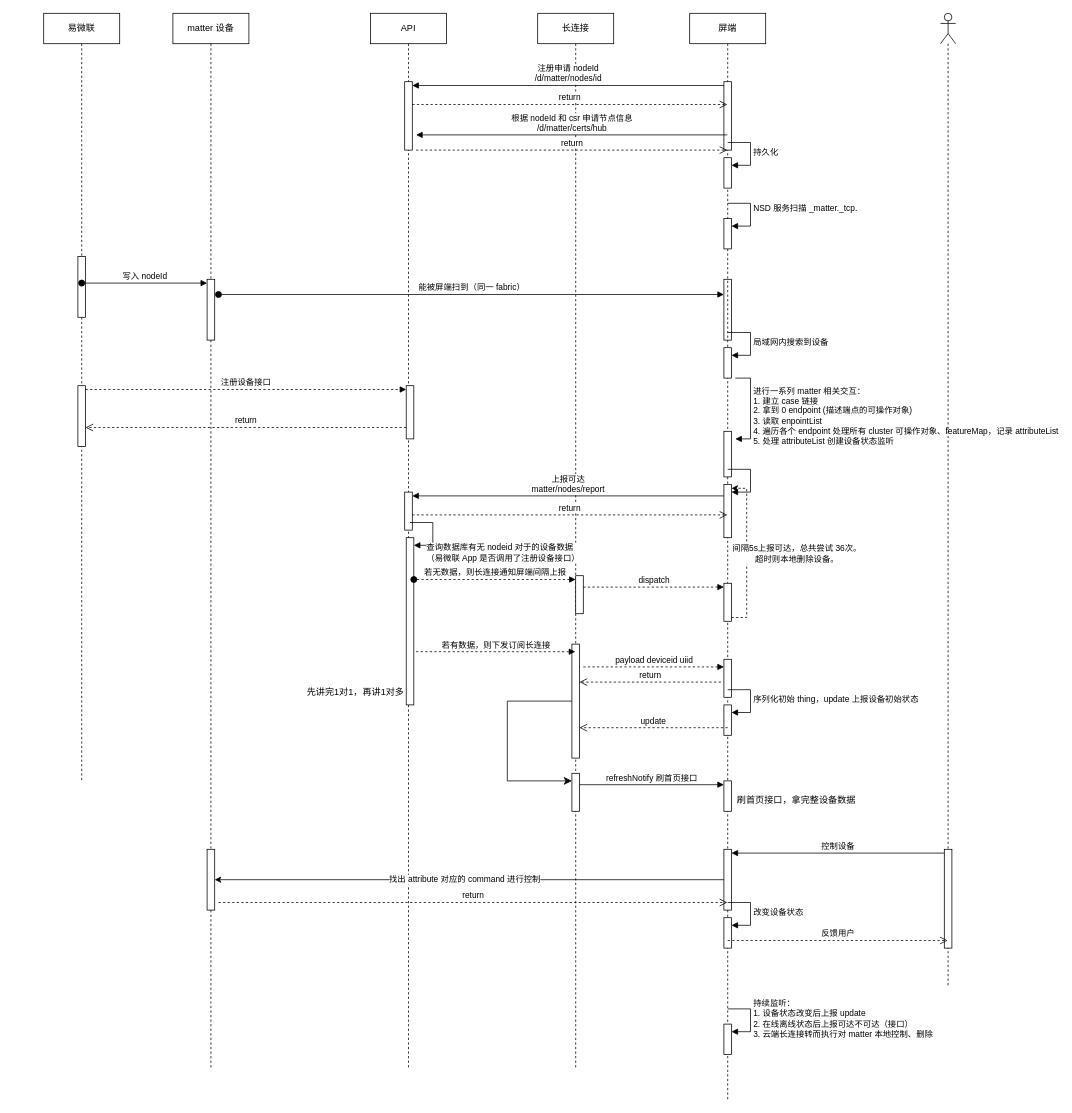
Above: Matter hub 接入方案.drawio in FE-Sadhu/diagram (draw.io), before the change. Source tidied: cells renumbered, new cells numbered last; positions are measured from the earlier drawing's top-left corner, leaving out a move shared by most shapes. Both pictures are drawn from the tidied source at 76%, with x=0, y=0 at pixel (43, 13).
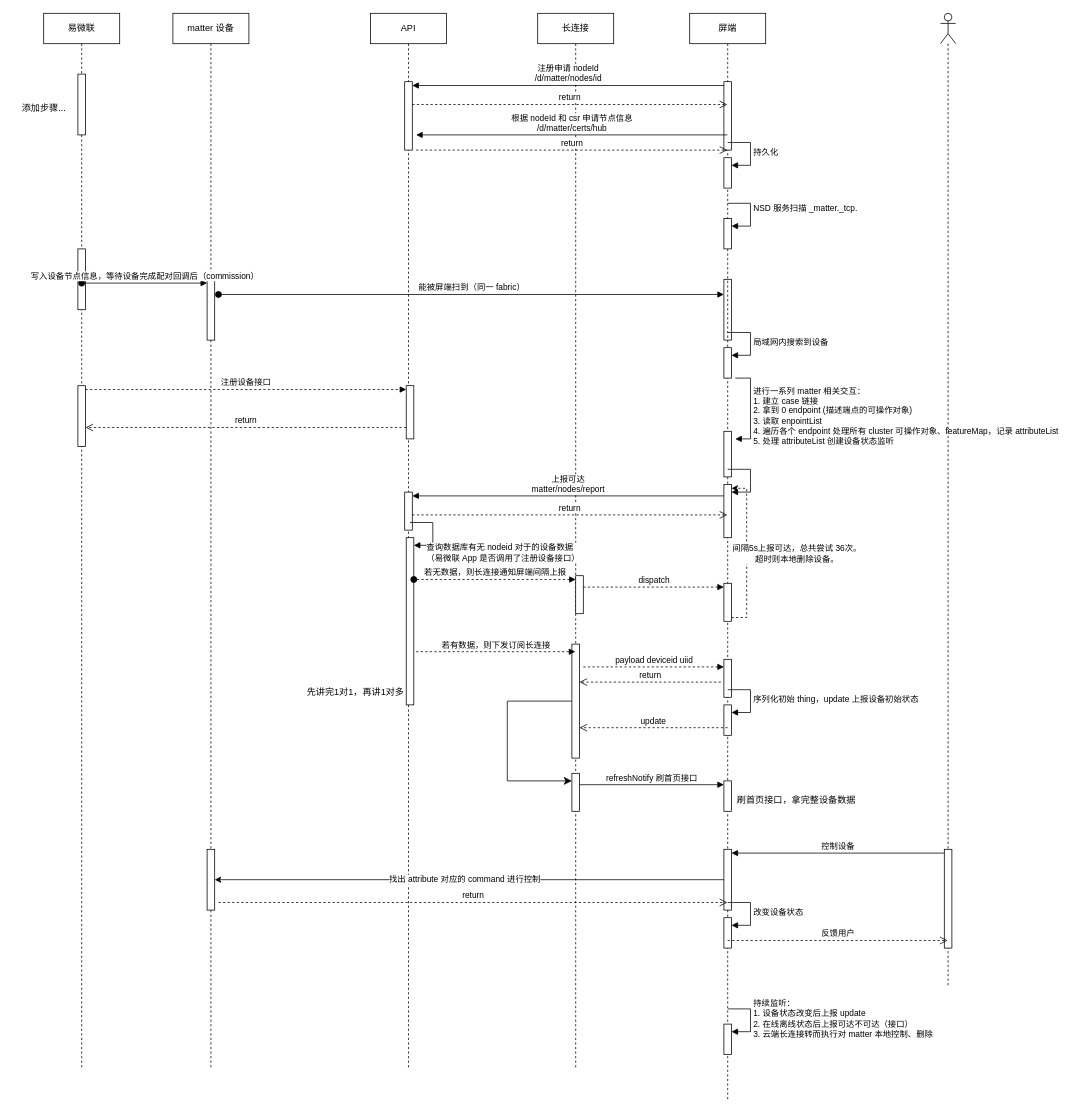
The same page after the edit.

Commit message:
更新Matter hub 接入方案.drawio

Unchanged cells that the change refers to:
```xml
<mxCell id="11" value="matter 设备" style="shape=umlLifeline;perimeter=lifelinePerimeter;whiteSpace=wrap;html=1;newEdgeStyle={&quot;curved&quot;:0,&quot;rounded&quot;:0};" parent="1" vertex="1">
  <mxGeometry x="170" width="100" height="1390" as="geometry" />
</mxCell>
<mxCell id="12" style="html=1;points=[[0,0,0,0,5],[0,1,0,0,-5],[1,0,0,0,5],[1,1,0,0,-5]];perimeter=orthogonalPerimeter;outlineConnect=0;targetShapes=umlLifeline;portConstraint=eastwest;newEdgeStyle={&quot;curved&quot;:0,&quot;rounded&quot;:0};" parent="11" vertex="1">
  <mxGeometry x="45" y="350" width="10" height="80" as="geometry" />
</mxCell>
```

What changed in the source:
```diff
@@
     <mxCell id="8" value="易微联" style="shape=umlLifeline;perimeter=lifelinePerimeter;whiteSpace=wrap;html=1;newEdgeStyle={&quot;curved&quot;:0,&quot;rounded&quot;:0};" parent="1" vertex="1">
-      <mxGeometry width="100" height="1010" as="geometry" />
+      <mxGeometry width="100" height="1390" as="geometry" />
     </mxCell>
     <mxCell id="9" style="html=1;perimeter=orthogonalPerimeter;targetShapes=umlLifeline;newEdgeStyle={&quot;curved&quot;:0,&quot;rounded&quot;:0};" parent="8" vertex="1">
-      <mxGeometry x="45" y="320" width="10" height="80" as="geometry" />
+      <mxGeometry x="45" y="310" width="10" height="80" as="geometry" />
     </mxCell>
@@
+    <mxCell id="71" style="html=1;perimeter=orthogonalPerimeter;targetShapes=umlLifeline;newEdgeStyle={&quot;curved&quot;:0,&quot;rounded&quot;:0};" parent="8" vertex="1">
+      <mxGeometry x="45" y="80" width="10" height="80" as="geometry" />
+    </mxCell>
@@
-    <mxCell id="13" value="写入 nodeId" style="html=1;verticalAlign=bottom;startArrow=oval;endArrow=block;startSize=8;curved=0;rounded=0;entryX=0;entryY=0;entryDx=0;entryDy=5;" parent="11" edge="1" target="12">
-      <mxGeometry relative="1" as="geometry">
+    <mxCell id="13" value="写入设备节点信息，等待设备完成配对回调后（commission）" style="html=1;verticalAlign=bottom;startArrow=oval;endArrow=block;startSize=8;curved=0;rounded=0;entryX=0;entryY=0;entryDx=0;entryDy=5;" parent="11" edge="1" target="12">
+      <mxGeometry x="0.01" relative="1" as="geometry">
         <mxPoint x="-120" y="355" as="sourcePoint" />
       </mxGeometry>
     </mxCell>
@@
+    <mxCell id="72" value="添加步骤..." style="text;html=1;align=center;verticalAlign=middle;strokeColor=none;fillColor=none;" parent="1" vertex="1">
+      <mxGeometry x="-40" y="110" width="80" height="30" as="geometry" />
+    </mxCell>
```
